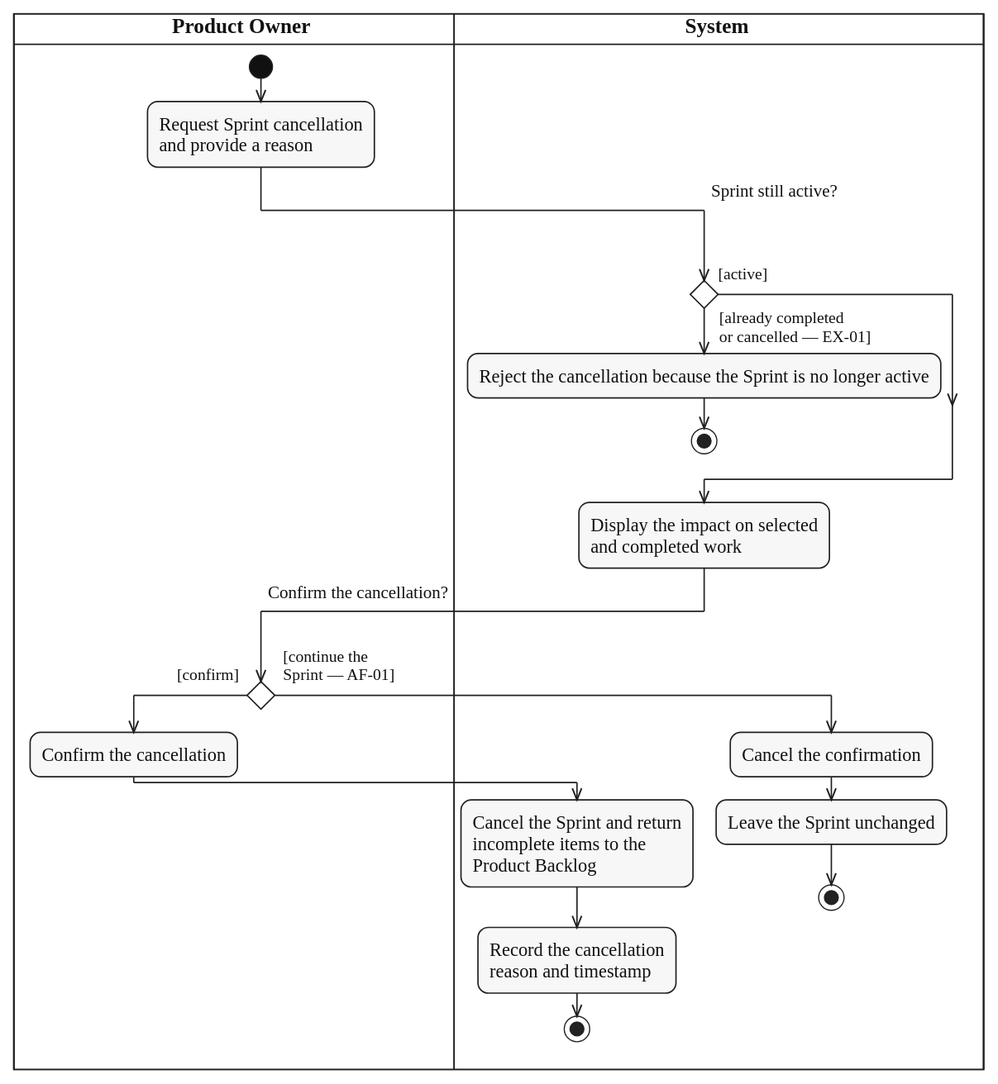
This is diagrams/activity/sprint-management/svg/UC-SPRINT-CANCEL.svg from lukenab/swd392-doc-automation, a PlantUML export, as it was before one commit. Its source is kept beside it as diagrams/activity/sprint-management/source/UC-SPRINT-CANCEL.puml. Its diagram source:
```plantuml
@startuml UC-SPRINT-CANCEL
!include ../../_shared/activity-style.puml

|PRO| $lane_title("Product Owner")
|SYS| $lane_title("System")

|PRO|
start
:Request Sprint cancellation
and provide a reason;
|SYS|
if ($question_x("Sprint still active?")) then ($guard_left("[active]"))
else ($guard_right("[already completed", "or cancelled — EX-01]"))
  :Reject the cancellation because the Sprint is no longer active;
  stop
endif
:Display the impact on selected
and completed work;
|PRO|
if ($question_x("Confirm the cancellation?")) then ($guard_left("[confirm]"))
  :Confirm the cancellation;
  |SYS|
  :Cancel the Sprint and return
  incomplete items to the
  Product Backlog;
  :Record the cancellation
  reason and timestamp;
  stop
else ($guard_right("[continue the", "Sprint — AF-01]"))
  :Cancel the confirmation;
  |SYS|
  :Leave the Sprint unchanged;
  stop
endif
@enduml
```
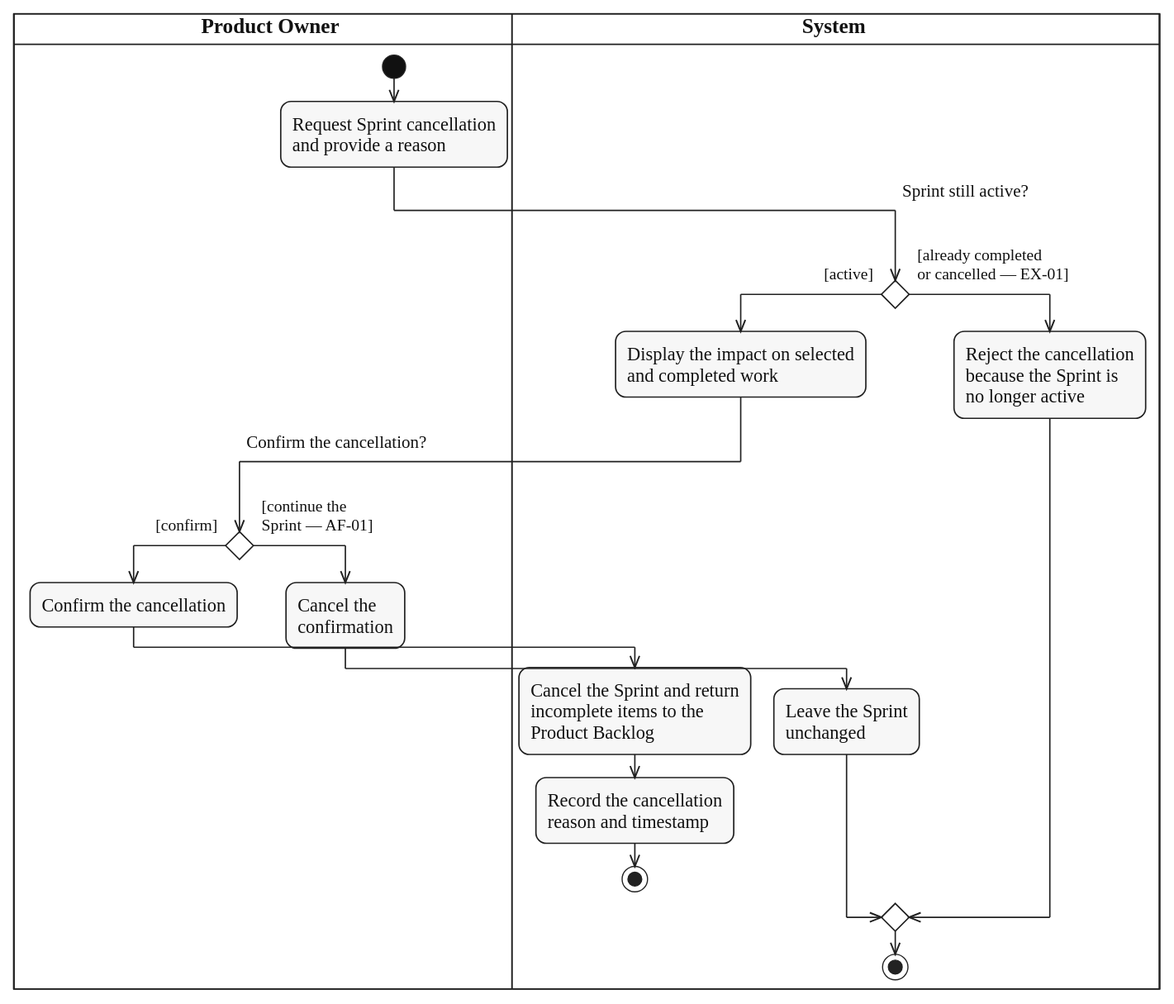
The same file after the commit.

Commit message:
docs(activity): fix Cancel Sprint partition and end nodes in sprint management diagrams

Diff of the diagram source:
```diff
@@ -1,6 +1,5 @@
 @startuml UC-SPRINT-CANCEL
 !include ../../_shared/activity-style.puml
-
 |PRO| $lane_title("Product Owner")
 |SYS| $lane_title("System")
 
@@ -10,26 +9,31 @@
 and provide a reason;
 |SYS|
 if ($question_x("Sprint still active?")) then ($guard_left("[active]"))
+  :Display the impact on selected
+  and completed work;
+  |PRO|
+  if ($question_x("Confirm the cancellation?")) then ($guard_left("[confirm]"))
+    :Confirm the cancellation;
+    |SYS|
+    :Cancel the Sprint and return
+    incomplete items to the
+    Product Backlog;
+    :Record the cancellation
+    reason and timestamp;
+    stop
+  else ($guard_right("[continue the", "Sprint — AF-01]"))
+    |PRO|
+    :Cancel the
+    confirmation;
+    |SYS|
+    :Leave the Sprint
+    unchanged;
+  endif
 else ($guard_right("[already completed", "or cancelled — EX-01]"))
-  :Reject the cancellation because the Sprint is no longer active;
-  stop
+  :Reject the cancellation
+  because the Sprint is
+  no longer active;
 endif
-:Display the impact on selected
-and completed work;
-|PRO|
-if ($question_x("Confirm the cancellation?")) then ($guard_left("[confirm]"))
-  :Confirm the cancellation;
-  |SYS|
-  :Cancel the Sprint and return
-  incomplete items to the
-  Product Backlog;
-  :Record the cancellation
-  reason and timestamp;
-  stop
-else ($guard_right("[continue the", "Sprint — AF-01]"))
-  :Cancel the confirmation;
-  |SYS|
-  :Leave the Sprint unchanged;
-  stop
-endif
+|SYS|
+stop
 @enduml
```
